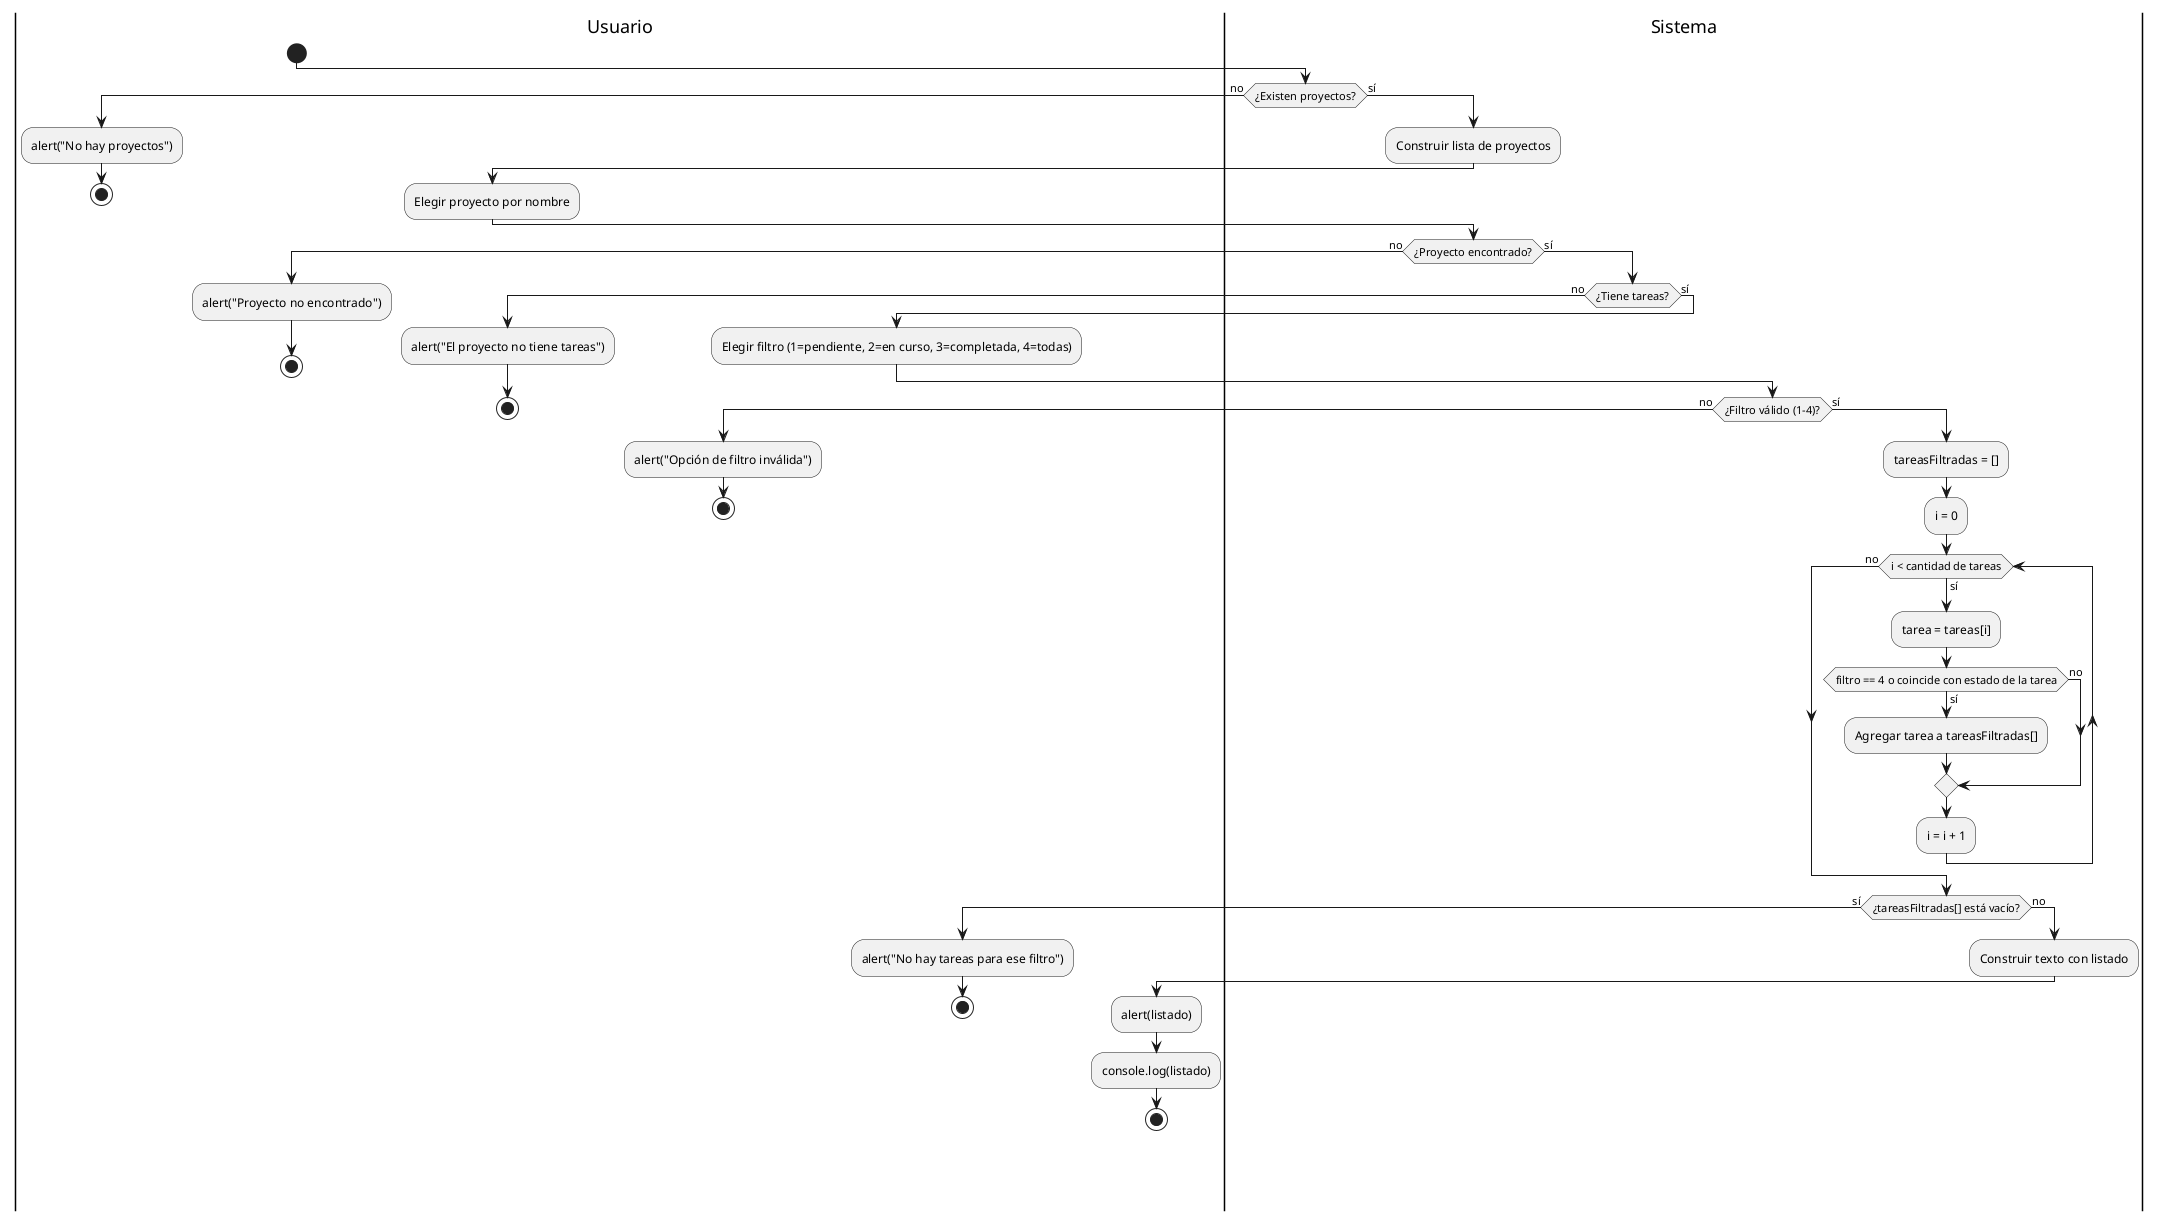
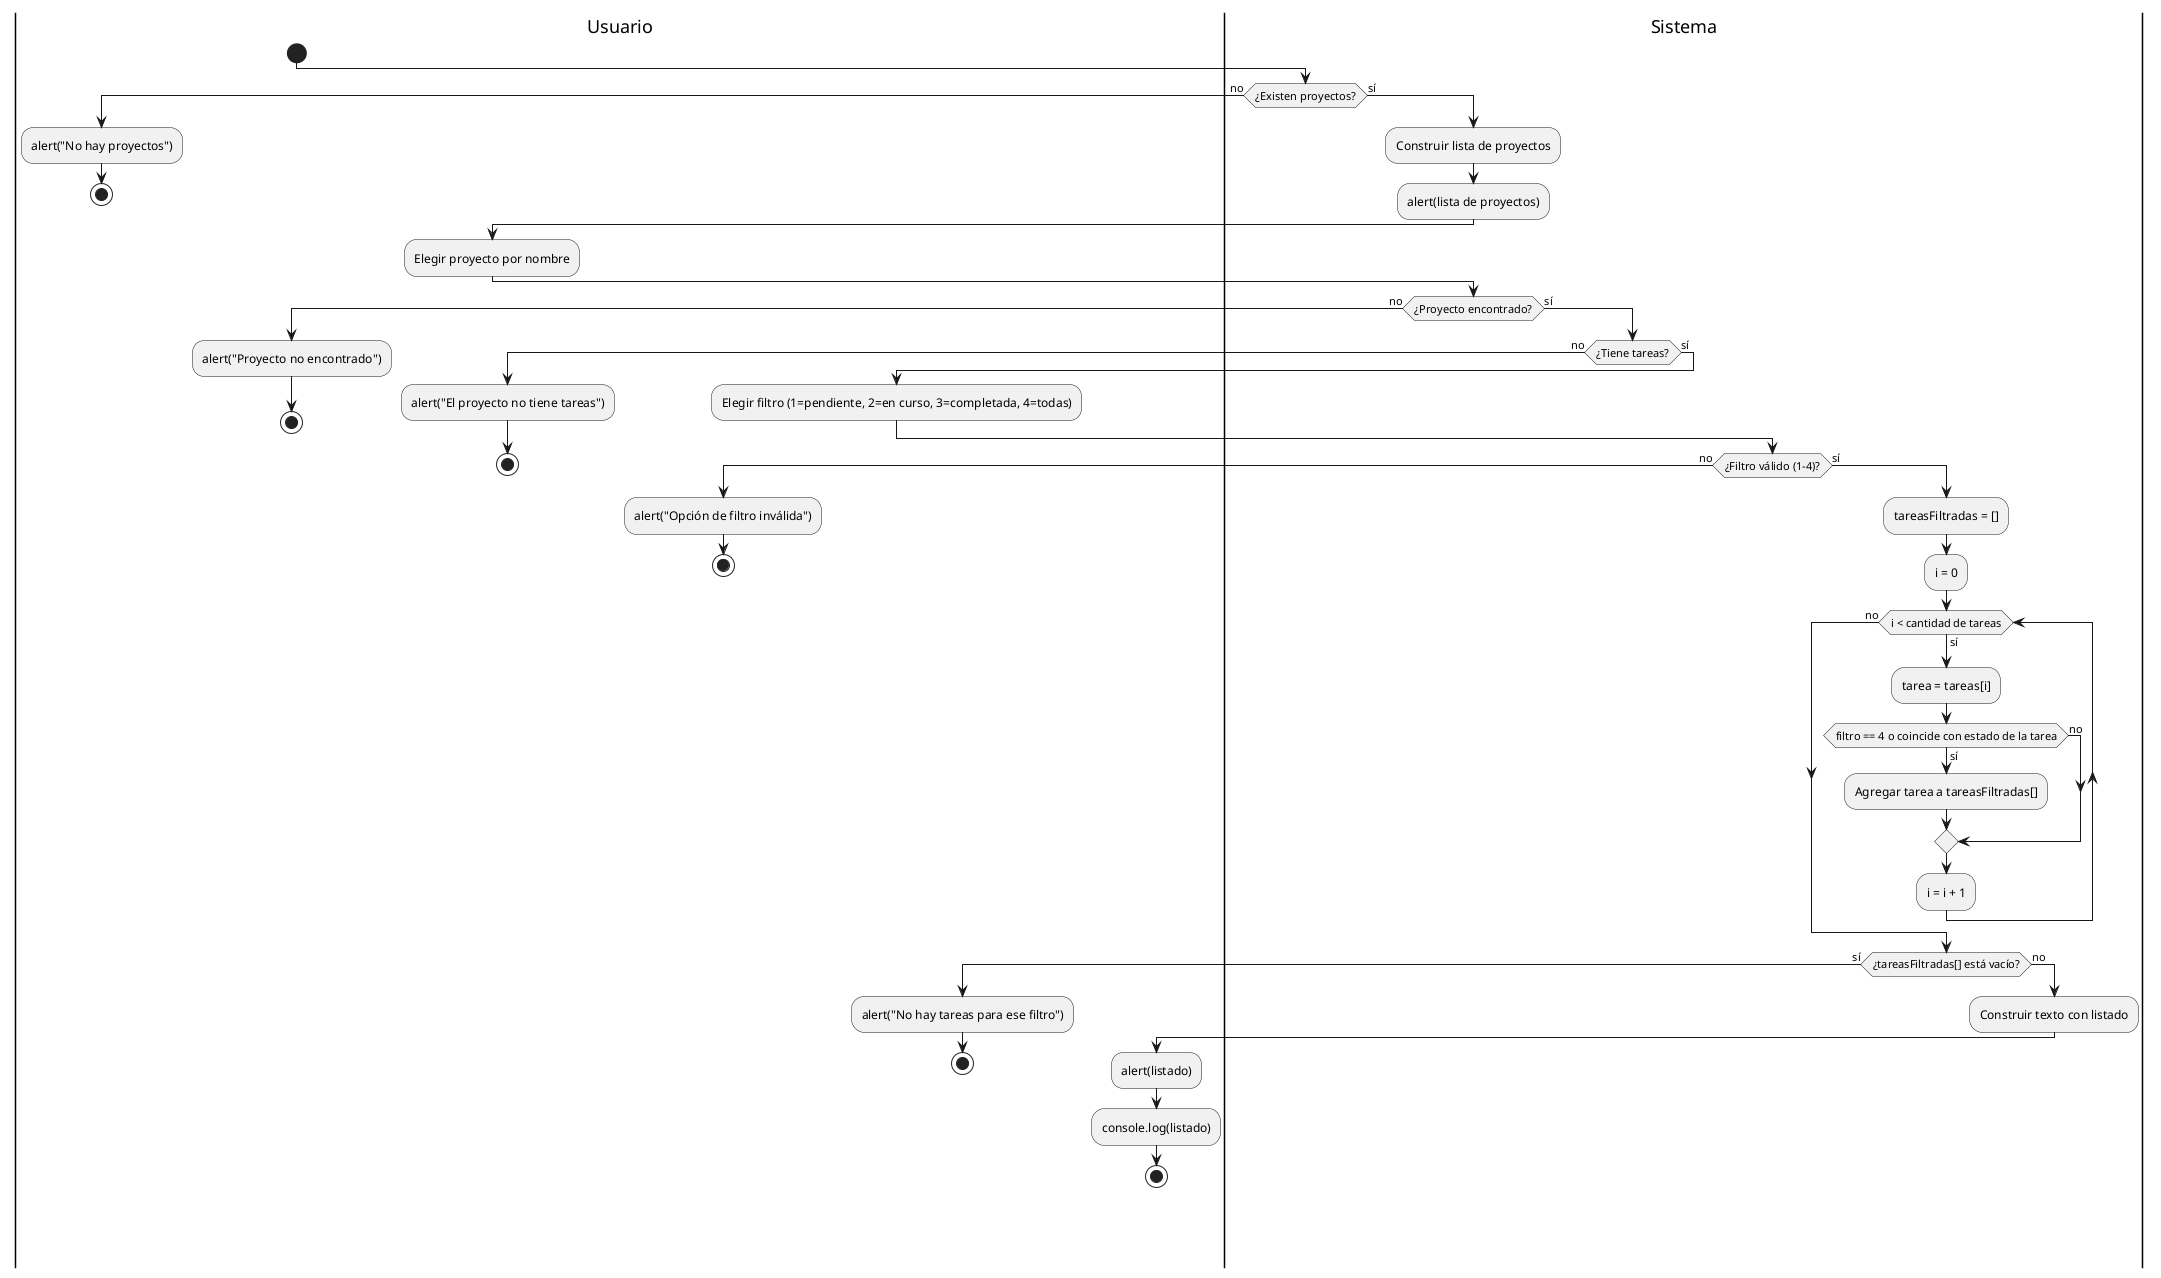
@startuml actividad-flujo-4-filtrar-tareas
|Usuario|
start
|Sistema|
if (¿Existen proyectos?) then (no)
  |Usuario|
  :alert("No hay proyectos");
  stop
else (sí)
  |Sistema|
  :Construir lista de proyectos;
+   :alert(lista de proyectos);
  |Usuario|
  :Elegir proyecto por nombre;
  |Sistema|
  if (¿Proyecto encontrado?) then (no)
    |Usuario|
    :alert("Proyecto no encontrado");
    stop
  else (sí)
    |Sistema|
    if (¿Tiene tareas?) then (no)
      |Usuario|
      :alert("El proyecto no tiene tareas");
      stop
    else (sí)
      |Usuario|
      :Elegir filtro (1=pendiente, 2=en curso, 3=completada, 4=todas);
      |Sistema|
      if (¿Filtro válido (1-4)?) then (no)
        |Usuario|
        :alert("Opción de filtro inválida");
        stop
      else (sí)
        |Sistema|
        :tareasFiltradas = [];
        :i = 0;
        while (i < cantidad de tareas) is (sí)
          :tarea = tareas[i];
          if (filtro == 4 o coincide con estado de la tarea) then (sí)
            :Agregar tarea a tareasFiltradas[];
          else (no)
          endif
          :i = i + 1;
        endwhile (no)
        if (¿tareasFiltradas[] está vacío?) then (sí)
          |Usuario|
          :alert("No hay tareas para ese filtro");
          stop
        else (no)
          |Sistema|
          :Construir texto con listado;
          |Usuario|
          :alert(listado);
          :console.log(listado);
          stop
        endif
      endif
    endif
  endif
endif
@enduml
